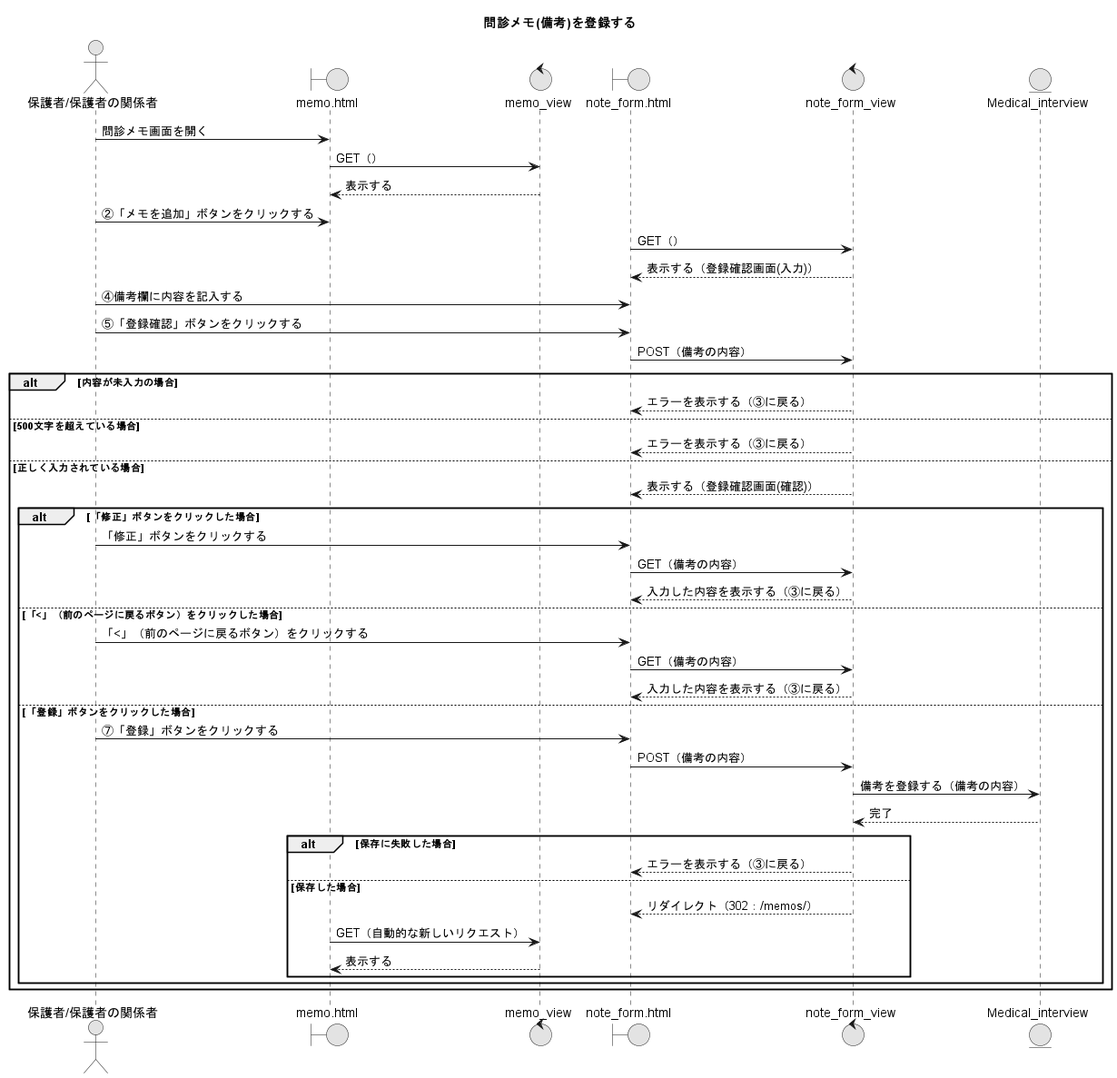
Earlier version of the PlantUML export PNG/19_問診メモ(備考)を登録する.png (Ma2naga190330/26_sotugyou_puml). Its diagram source:
```plantuml
@startuml
title 問診メモ(備考)を登録する
skinparam defaultFontName "Noto Sans CJK JP"
skinparam monochrome true

actor "保護者/保護者の関係者" as A
boundary "memo.html" as MP
control "memo_view" as MV
boundary "note_form.html" as NFP
control "note_form_view" as NFV
entity "Medical_interview" as MIM

A -> MP : 問診メモ画面を開く
MP -> MV : GET（）
MV --> MP : 表示する

A -> MP : ②「メモを追加」ボタンをクリックする
NFP -> NFV : GET（）
NFV --> NFP : 表示する（登録確認画面(入力)）

A -> NFP : ④備考欄に内容を記入する
A -> NFP : ⑤「登録確認」ボタンをクリックする
NFP -> NFV : POST（備考の内容）
alt 内容が未入力の場合
  NFV --> NFP : エラーを表示する（③に戻る）
else 500文字を超えている場合
  NFV --> NFP : エラーを表示する（③に戻る）
else 正しく入力されている場合
  NFV --> NFP : 表示する（登録確認画面(確認)）
  alt 「修正」ボタンをクリックした場合
    A -> NFP : 「修正」ボタンをクリックする
    NFP -> NFV : GET（備考の内容）
    NFV --> NFP : 入力した内容を表示する（③に戻る）
  else 「<」（前のページに戻るボタン）をクリックした場合
    A -> NFP : 「<」（前のページに戻るボタン）をクリックする
    NFP -> NFV : GET（備考の内容）
    NFV --> NFP : 入力した内容を表示する（③に戻る）
  else 「登録」ボタンをクリックした場合
    A -> NFP : ⑦「登録」ボタンをクリックする
    NFP -> NFV : POST（備考の内容）
    NFV -> MIM : 備考を登録する（備考の内容）
    NFV <-- MIM : 完了
    alt 保存に失敗した場合
      NFV --> NFP : エラーを表示する（③に戻る）
    else 保存した場合
      NFV --> NFP : リダイレクト（302：/memos/）
      MP -> MV : GET（自動的な新しいリクエスト）
      MV --> MP : 表示する
    end
  end
end
@enduml
```
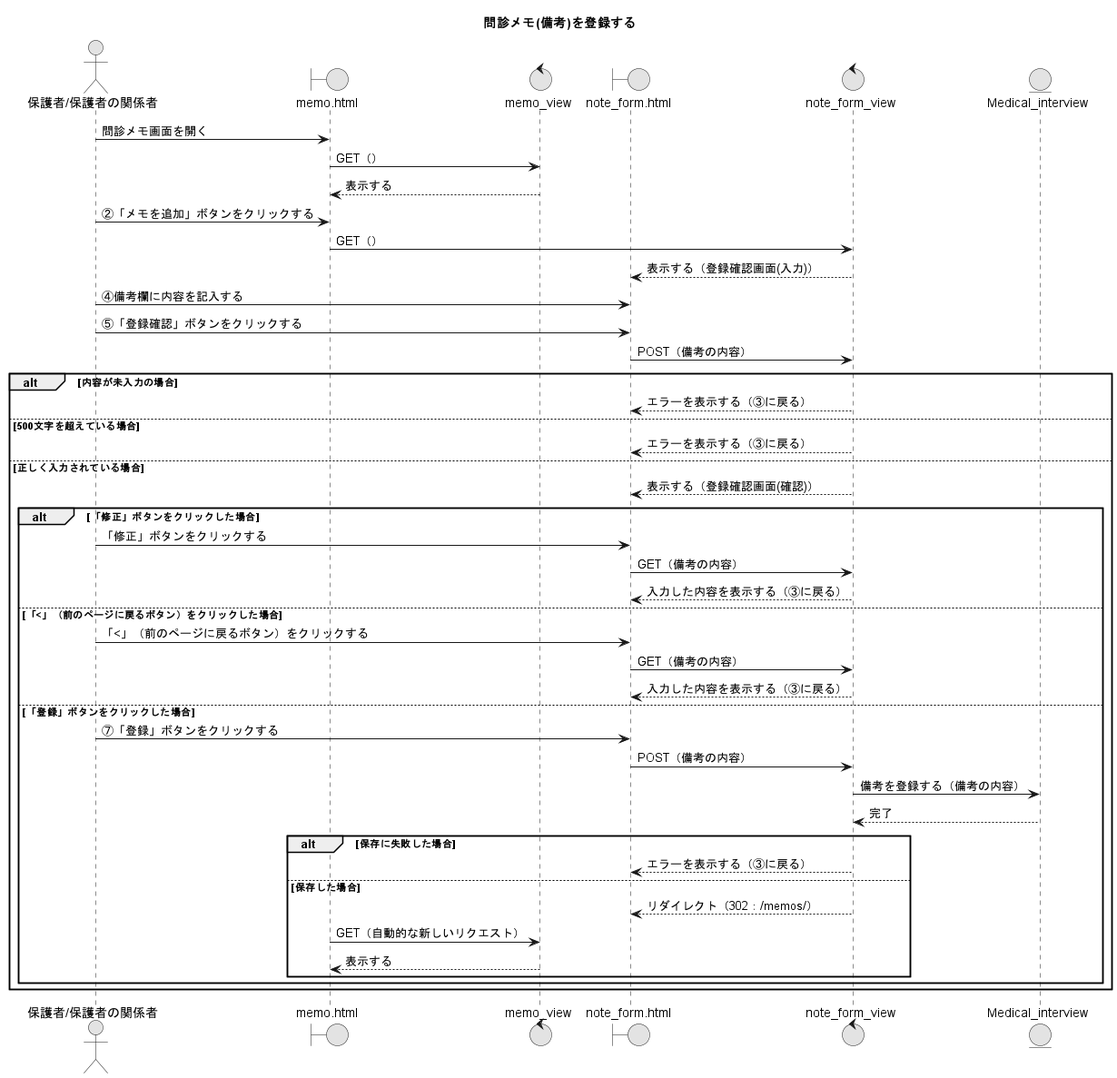
Above is the later version.

The edit, as a diff of the source:
```diff
@@ -15,7 +15,7 @@
 MV --> MP : 表示する
 
 A -> MP : ②「メモを追加」ボタンをクリックする
-NFP -> NFV : GET（）
+MP -> NFV : GET（）
 NFV --> NFP : 表示する（登録確認画面(入力)）
 
 A -> NFP : ④備考欄に内容を記入する
```
